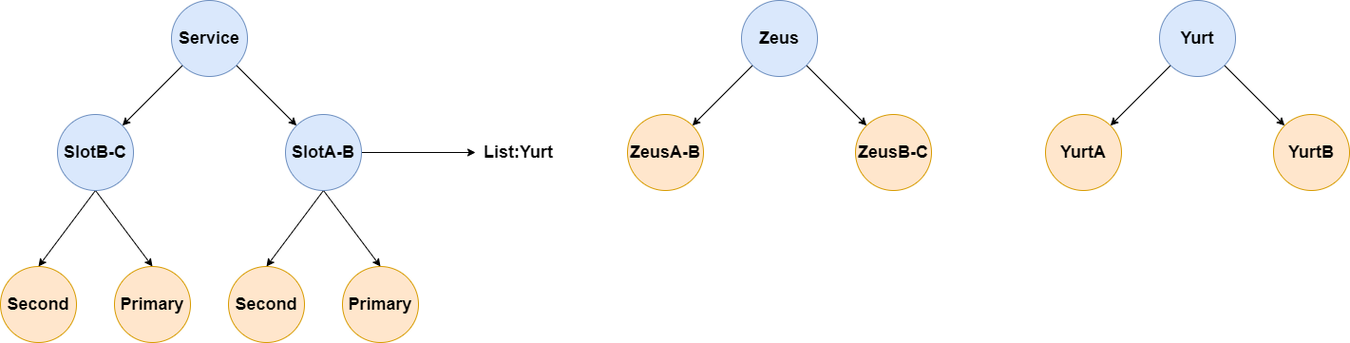
This is design/images/znode-structure.png from ThunderYurts/Zeus, a draw.io export, as it was before one commit. Source tidied: cells renumbered, new cells last; positions are measured from the earlier drawing's top-left corner, leaving out a move shared by most shapes.
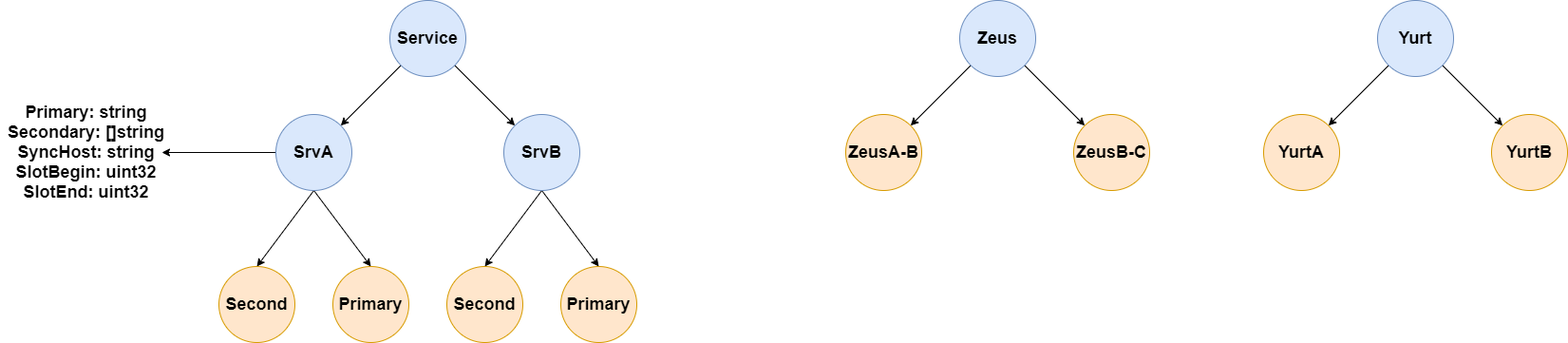
After the commit.

The edit, as a diff of the source:
```diff
@@ -2,23 +2,15 @@
   <root>
     <mxCell id="0" />
     <mxCell id="1" parent="0" />
-    <mxCell id="2" style="edgeStyle=orthogonalEdgeStyle;rounded=0;jettySize=auto;html=1;exitX=1;exitY=0.5;exitDx=0;exitDy=0;fontStyle=1;" parent="1" edge="1" source="5">
-      <mxGeometry relative="1" as="geometry">
-        <mxPoint x="500" y="160" as="targetPoint" />
-      </mxGeometry>
-    </mxCell>
     <mxCell id="3" style="edgeStyle=none;rounded=0;jettySize=auto;html=1;exitX=0.5;exitY=1;exitDx=0;exitDy=0;fontSize=18;entryX=0.5;entryY=0;entryDx=0;entryDy=0;" parent="1" edge="1" source="5" target="24">
       <mxGeometry relative="1" as="geometry" />
     </mxCell>
     <mxCell id="4" style="edgeStyle=none;rounded=0;jettySize=auto;html=1;exitX=0.5;exitY=1;exitDx=0;exitDy=0;entryX=0.5;entryY=0;entryDx=0;entryDy=0;fontSize=18;" parent="1" edge="1" source="5" target="25">
       <mxGeometry relative="1" as="geometry" />
     </mxCell>
-    <mxCell id="5" value="SlotA-B" style="ellipse;whiteSpace=wrap;html=1;fontSize=18;fontStyle=1;fillColor=#dae8fc;strokeColor=#6c8ebf;" parent="1" vertex="1">
+    <mxCell id="5" value="SrvB" style="ellipse;whiteSpace=wrap;html=1;fontSize=18;fontStyle=1;fillColor=#dae8fc;strokeColor=#6c8ebf;" parent="1" vertex="1">
       <mxGeometry x="300" y="120" width="80" height="80" as="geometry" />
     </mxCell>
-    <mxCell id="6" value="List:Yurt" style="text;html=1;align=center;verticalAlign=middle;fillColor=none;strokeColor=none;rounded=0;fontSize=18;fontStyle=1;" parent="1" vertex="1">
-      <mxGeometry x="500" y="145" width="90" height="30" as="geometry" />
-    </mxCell>
     <mxCell id="7" style="rounded=0;jettySize=auto;html=1;exitX=1;exitY=1;exitDx=0;exitDy=0;entryX=0;entryY=0;entryDx=0;entryDy=0;fontSize=18;fontStyle=1;" parent="1" edge="1" source="9" target="5">
       <mxGeometry relative="1" as="geometry" />
     </mxCell>
@@ -34,7 +26,12 @@
     <mxCell id="11" style="edgeStyle=none;rounded=0;jettySize=auto;html=1;exitX=0.5;exitY=1;exitDx=0;exitDy=0;entryX=0.5;entryY=0;entryDx=0;entryDy=0;fontSize=18;" parent="1" edge="1" source="12" target="26">
       <mxGeometry relative="1" as="geometry" />
     </mxCell>
+    <mxCell id="28" style="edgeStyle=orthogonalEdgeStyle;rounded=0;jettySize=auto;html=1;exitX=0;exitY=0.5;exitDx=0;exitDy=0;" parent="1" edge="1" source="12">
+      <mxGeometry relative="1" as="geometry">
+        <mxPoint x="-60" y="160" as="targetPoint" />
+      </mxGeometry>
+    </mxCell>
-    <mxCell id="12" value="SlotB-C" style="ellipse;whiteSpace=wrap;html=1;fontSize=18;fontStyle=1;fillColor=#dae8fc;strokeColor=#6c8ebf;" parent="1" vertex="1">
+    <mxCell id="12" value="SrvA" style="ellipse;whiteSpace=wrap;html=1;fontSize=18;fontStyle=1;fillColor=#dae8fc;strokeColor=#6c8ebf;" parent="1" vertex="1">
       <mxGeometry x="60" y="120" width="80" height="80" as="geometry" />
     </mxCell>
     <mxCell id="13" style="edgeStyle=none;rounded=0;jettySize=auto;html=1;exitX=0;exitY=1;exitDx=0;exitDy=0;entryX=1;entryY=0;entryDx=0;entryDy=0;fontSize=18;fontStyle=1;" parent="1" edge="1" source="15" target="16">
@@ -82,5 +79,8 @@
     <mxCell id="27" style="edgeStyle=none;rounded=0;orthogonalLoop=1;jettySize=auto;html=1;exitX=0;exitY=1;exitDx=0;exitDy=0;fontSize=18;" parent="1" edge="1" source="12" target="12">
       <mxGeometry relative="1" as="geometry" />
     </mxCell>
+    <mxCell id="29" value="Primary: string&lt;br style=&quot;font-size: 18px&quot;&gt;Secondary: []string&lt;br style=&quot;font-size: 18px&quot;&gt;SyncHost: string&lt;br style=&quot;font-size: 18px&quot;&gt;SlotBegin: uint32&lt;br style=&quot;font-size: 18px&quot;&gt;SlotEnd: uint32" style="text;html=1;align=center;verticalAlign=middle;fillColor=none;strokeColor=none;rounded=0;fontSize=18;fontStyle=1;" parent="1" vertex="1">
+      <mxGeometry x="-230" y="100" width="180" height="120" as="geometry" />
+    </mxCell>
   </root>
 </mxGraphModel>
```
